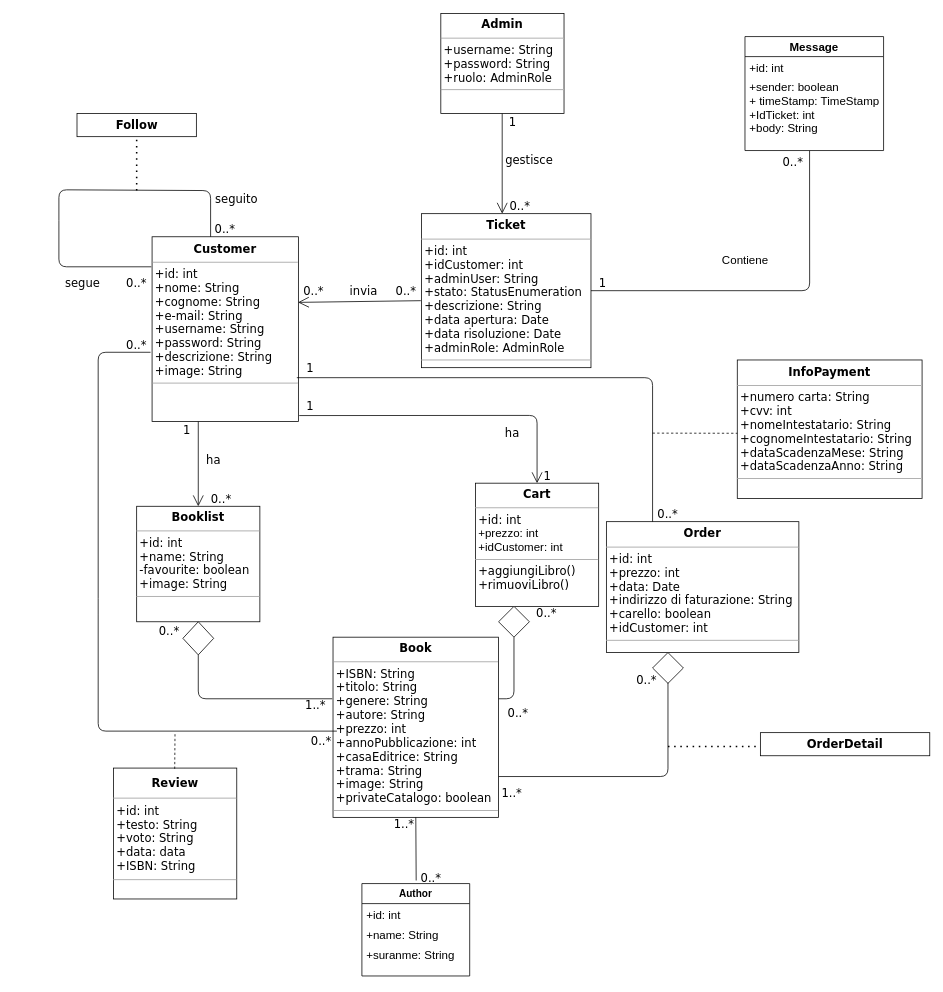
Above: Documenti/ODD/class_diagram/class_diagram.drawio in AleBarbados/NewSocialBookRepo (draw.io), before the change. Source tidied: cells renumbered, new cells numbered last; positions are measured from the earlier drawing's top-left corner, leaving out a move shared by most shapes. Both pictures are drawn from the tidied source at 77%, with x=0, y=0 at pixel (59, 13).
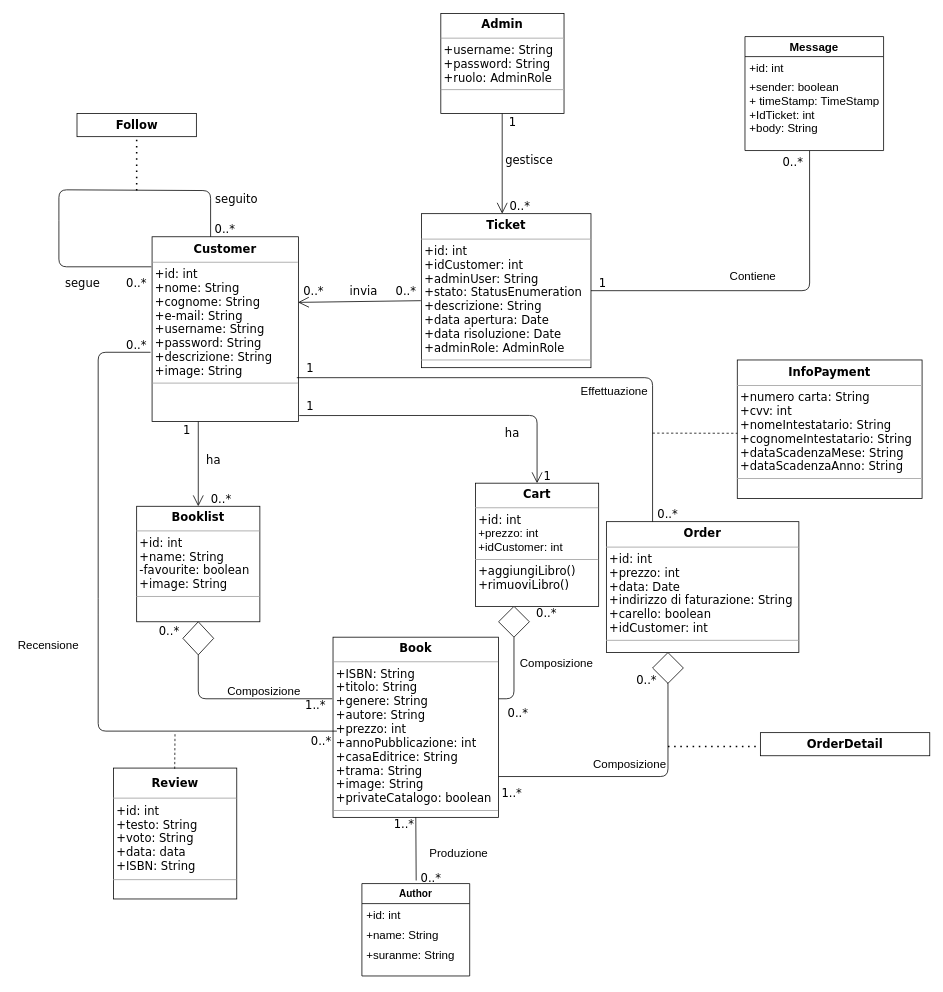
After the change.

Commit message (it also covers changes not shown here):
modifica ai class diagram

Diff of the diagram source:
```diff
@@
     <mxCell id="65" value="Contiene" style="text;html=1;align=center;verticalAlign=middle;fontSize=15;" parent="1" vertex="1">
-      <mxGeometry x="851" y="310" width="80" height="20" as="geometry" />
+      <mxGeometry x="861" y="330" width="80" height="20" as="geometry" />
     </mxCell>
@@
+    <mxCell id="70" value="Effettuazione" style="text;html=1;align=center;verticalAlign=middle;fontSize=15;" parent="1" vertex="1">
+      <mxGeometry x="671" y="480" width="100" height="20" as="geometry" />
+    </mxCell>
+    <mxCell id="71" value="Composizione" style="text;html=1;align=center;verticalAlign=middle;fontSize=15;" parent="1" vertex="1">
+      <mxGeometry x="686" y="964" width="110" height="20" as="geometry" />
+    </mxCell>
+    <mxCell id="72" value="Composizione" style="text;html=1;align=center;verticalAlign=middle;fontSize=15;" parent="1" vertex="1">
+      <mxGeometry x="591" y="833" width="110" height="20" as="geometry" />
+    </mxCell>
+    <mxCell id="73" value="Composizione" style="text;html=1;align=center;verticalAlign=middle;fontSize=15;" parent="1" vertex="1">
+      <mxGeometry x="211" y="870" width="110" height="20" as="geometry" />
+    </mxCell>
+    <mxCell id="74" value="Recensione" style="text;html=1;align=center;verticalAlign=middle;fontSize=15;" parent="1" vertex="1">
+      <mxGeometry x="-59" y="810" width="90" height="20" as="geometry" />
+    </mxCell>
+    <mxCell id="75" value="Produzione" style="text;html=1;align=center;verticalAlign=middle;fontSize=15;" parent="1" vertex="1">
+      <mxGeometry x="473.5" y="1080" width="90" height="20" as="geometry" />
+    </mxCell>
```
